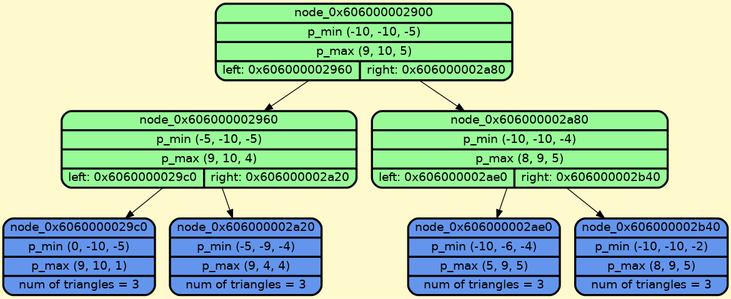
This is dump/graph_dump.png from BulgakovDmitry/3D_triangles, a Graphviz export, as it was before one commit. Its source is kept beside it as dump/graph_dump.gv.
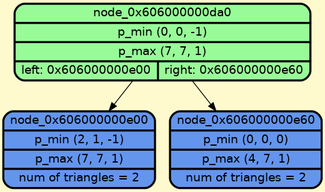
After the commit.

Commit message:
debug driver, node struct and creare methoth for tree parsing with intersect

Change to the diagram source:
```diff
@@ -3,18 +3,10 @@
     node [style=filled, fontname="Helvetica", fontcolor=darkblue, fillcolor=peachpuff, color="#252A34", penwidth=2.5];
     bgcolor="lemonchiffon";
 
-    node_0x606000002900 [shape=Mrecord; style=filled; fillcolor=palegreen; color="#000000"; fontcolor="#000000"; label="{ node_0x606000002900 | p_min (-10, -10, -5) | p_max (9, 10, 5) | { left: 0x606000002960 | right: 0x606000002a80 } }"];
-    node_0x606000002960 [shape=Mrecord; style=filled; fillcolor=palegreen; color="#000000"; fontcolor="#000000"; label="{ node_0x606000002960 | p_min (-5, -10, -5) | p_max (9, 10, 4) | { left: 0x6060000029c0 | right: 0x606000002a20 } }"];
-    node_0x6060000029c0 [shape=Mrecord; style=filled; fillcolor=cornflowerblue; color="#000000"; fontcolor="#000000"; label="{ node_0x6060000029c0 | p_min (0, -10, -5) | p_max (9, 10, 1) | num of triangles = 3}"];
-    node_0x606000002a20 [shape=Mrecord; style=filled; fillcolor=cornflowerblue; color="#000000"; fontcolor="#000000"; label="{ node_0x606000002a20 | p_min (-5, -9, -4) | p_max (9, 4, 4) | num of triangles = 3}"];
-    node_0x606000002a80 [shape=Mrecord; style=filled; fillcolor=palegreen; color="#000000"; fontcolor="#000000"; label="{ node_0x606000002a80 | p_min (-10, -10, -4) | p_max (8, 9, 5) | { left: 0x606000002ae0 | right: 0x606000002b40 } }"];
-    node_0x606000002ae0 [shape=Mrecord; style=filled; fillcolor=cornflowerblue; color="#000000"; fontcolor="#000000"; label="{ node_0x606000002ae0 | p_min (-10, -6, -4) | p_max (5, 9, 5) | num of triangles = 3}"];
-    node_0x606000002b40 [shape=Mrecord; style=filled; fillcolor=cornflowerblue; color="#000000"; fontcolor="#000000"; label="{ node_0x606000002b40 | p_min (-10, -10, -2) | p_max (8, 9, 5) | num of triangles = 3}"];
+    node_0x606000000da0 [shape=Mrecord; style=filled; fillcolor=palegreen; color="#000000"; fontcolor="#000000"; label="{ node_0x606000000da0 | p_min (0, 0, -1) | p_max (7, 7, 1) | { left: 0x606000000e00 | right: 0x606000000e60 } }"];
+    node_0x606000000e00 [shape=Mrecord; style=filled; fillcolor=cornflowerblue; color="#000000"; fontcolor="#000000"; label="{ node_0x606000000e00 | p_min (2, 1, -1) | p_max (7, 7, 1) | num of triangles = 2}"];
+    node_0x606000000e60 [shape=Mrecord; style=filled; fillcolor=cornflowerblue; color="#000000"; fontcolor="#000000"; label="{ node_0x606000000e60 | p_min (0, 0, 0) | p_max (4, 7, 1) | num of triangles = 2}"];
 
-    node_0x606000002900 -> node_0x606000002960;
-    node_0x606000002900 -> node_0x606000002a80;
-    node_0x606000002960 -> node_0x6060000029c0;
-    node_0x606000002960 -> node_0x606000002a20;
-    node_0x606000002a80 -> node_0x606000002ae0;
-    node_0x606000002a80 -> node_0x606000002b40;
+    node_0x606000000da0 -> node_0x606000000e00;
+    node_0x606000000da0 -> node_0x606000000e60;
 }
```
